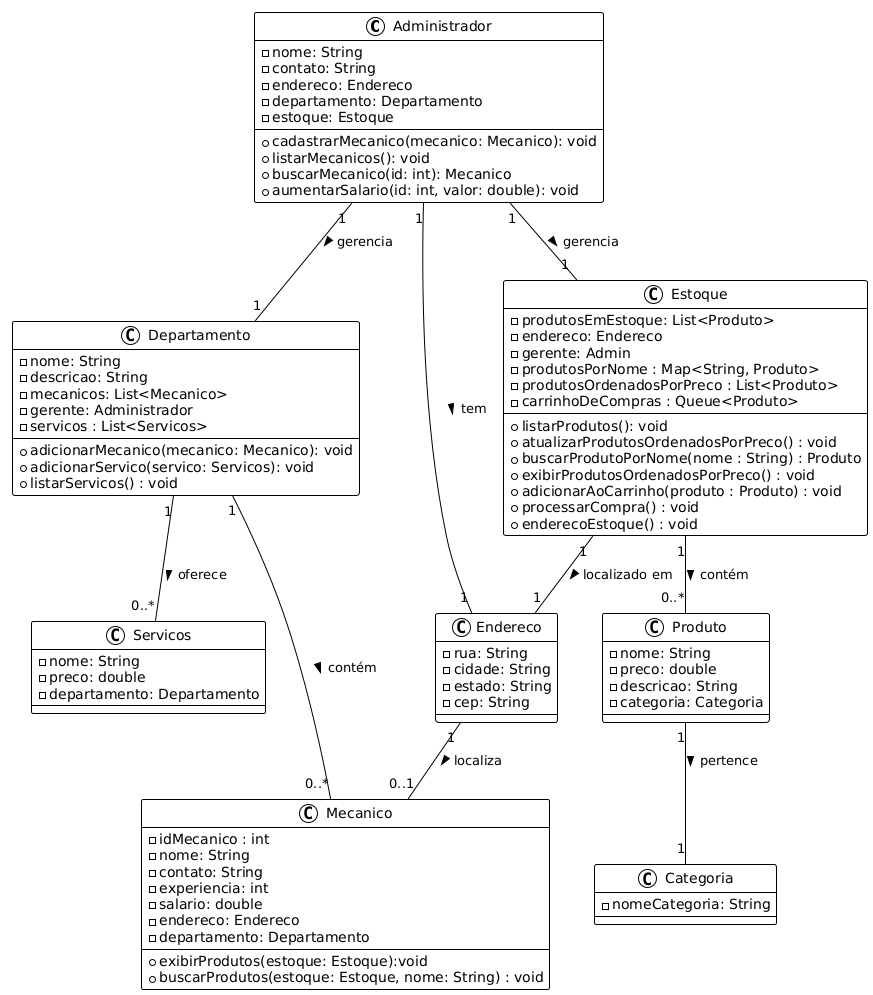
The PlantUML diagram documentos/Diagrama_Classes.png in lucasz-g/Sprint-1---Ancora, before a commit.
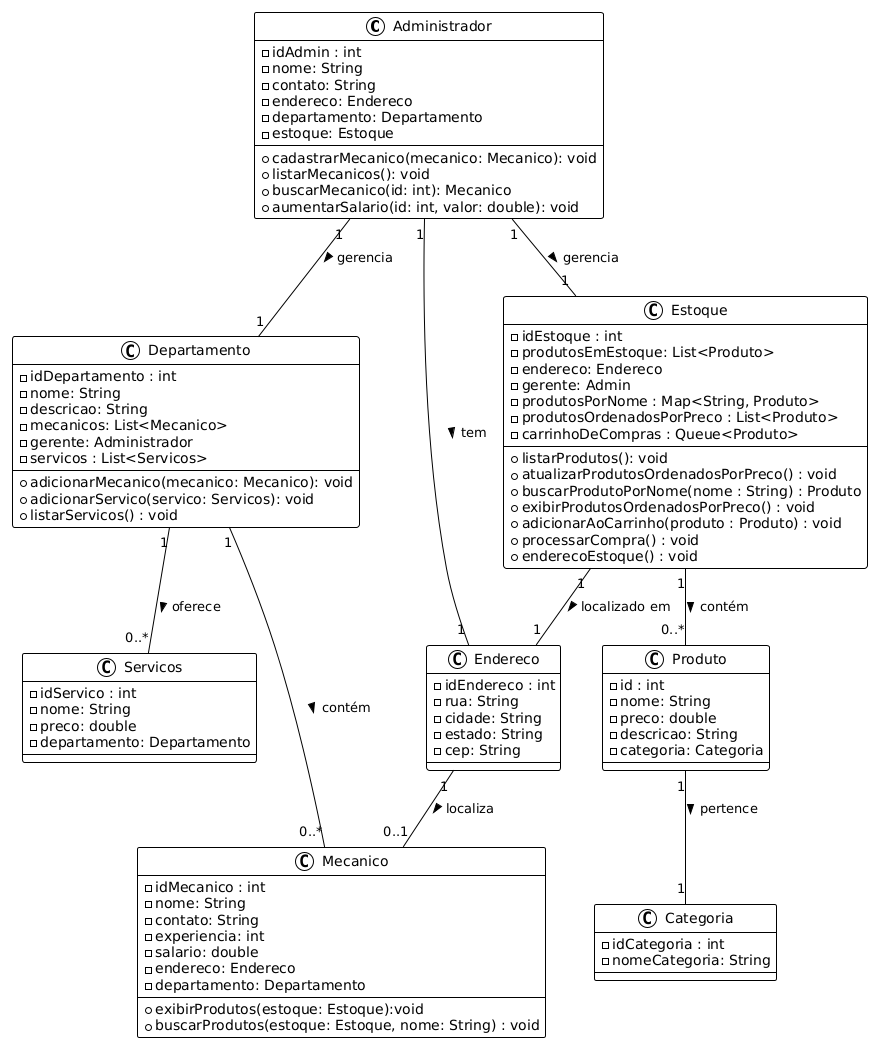
After the commit.

Change to the diagram source:
```diff
@@ -2,6 +2,7 @@
 !theme plain
 
 class Administrador {
+    - idAdmin : int
     - nome: String
     - contato: String
     - endereco: Endereco
@@ -26,6 +27,7 @@
 }
 
 class Produto {
+    - id : int
     - nome: String
     - preco: double
     - descricao: String
@@ -33,12 +35,14 @@
 }
 
 class Servicos {
+    - idServico : int
     - nome: String
     - preco: double
     - departamento: Departamento
 }
 
 class Departamento {
+    - idDepartamento : int
     - nome: String
     - descricao: String
     - mecanicos: List<Mecanico>
@@ -51,6 +55,7 @@
 }
 
 class Estoque {
+    - idEstoque : int
     - produtosEmEstoque: List<Produto>
     - endereco: Endereco
     - gerente: Admin
@@ -67,10 +72,12 @@
 }
 
 class Categoria {
+    - idCategoria : int
     - nomeCategoria: String
 }
 
 class Endereco {
+    - idEndereco : int
     - rua: String
     - cidade: String
     - estado: String
```
